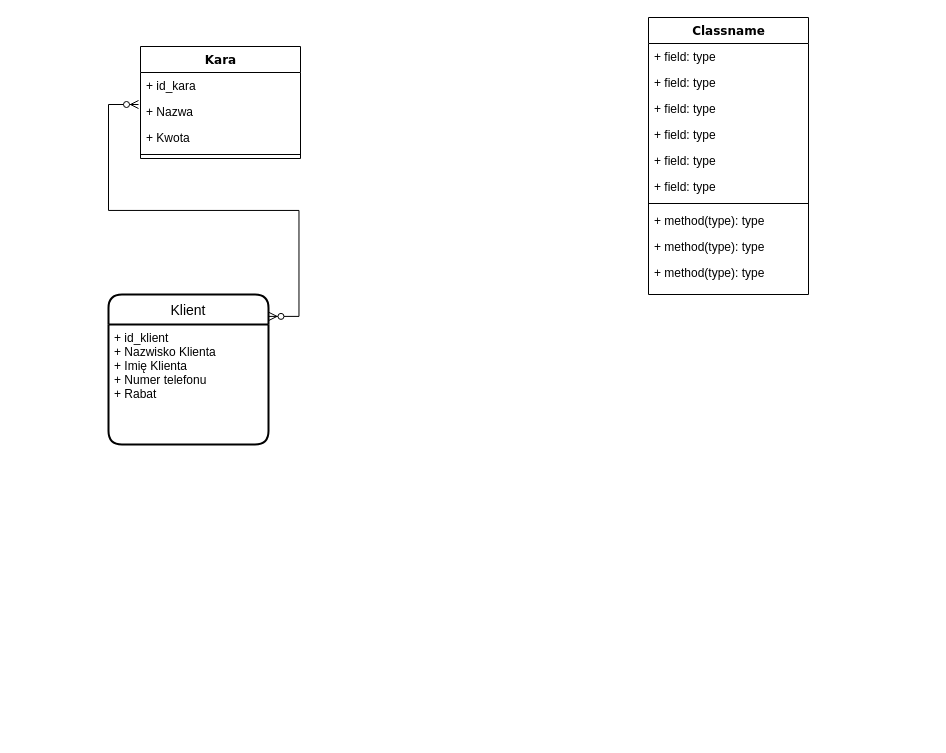
The draw.io diagram Hotel California.drawio in DemskyiDm/Horyzont, before the edit. Source tidied: cells renumbered, new cells numbered last; positions are measured from the earlier drawing's top-left corner, leaving out a move shared by most shapes. Both pictures are drawn from the tidied source at 100%, with x=0, y=0 at pixel (108, 17).
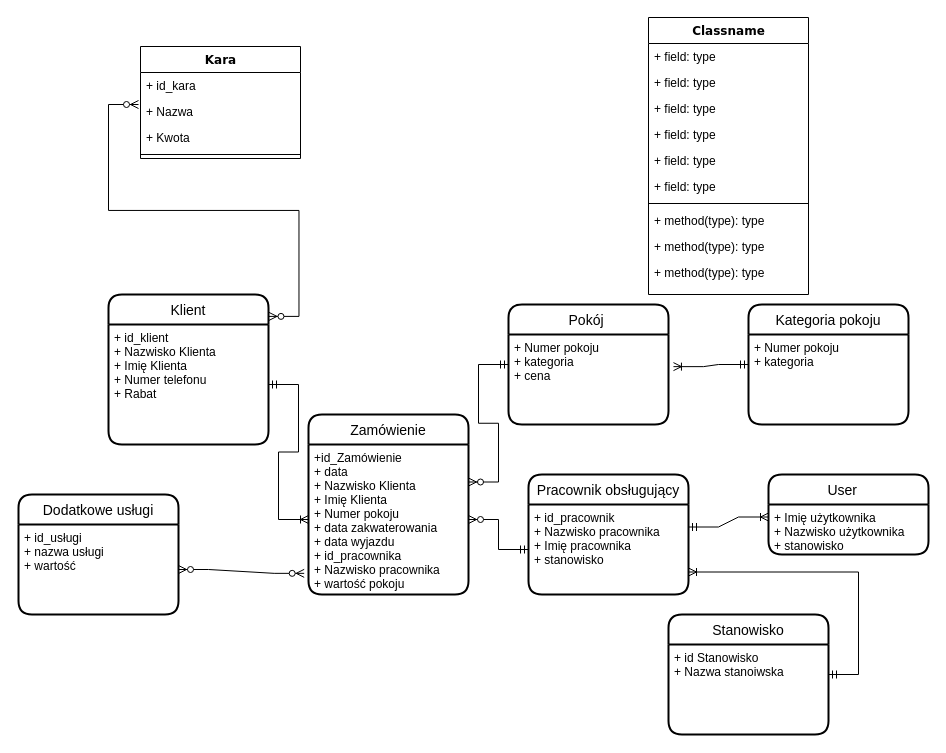
The same page after the edit.

The change refers to these unchanged cells:
```xml
<mxCell id="19" value="+ id_klient&#10;+ Nazwisko Klienta&#10;+ Imię Klienta&#10;+ Numer telefonu&#10;+ Rabat" style="align=left;strokeColor=none;fillColor=none;spacingLeft=4;fontSize=12;verticalAlign=top;" parent="18" vertex="1">
  <mxGeometry y="30" width="160" height="120" as="geometry" />
</mxCell>
```

Diff of the diagram source:
```diff
@@
+    <mxCell id="21" value="Zamówienie" style="swimlane;horizontal=1;startSize=30;rounded=1;fontSize=14;fontStyle=0;strokeWidth=2;shadow=0;dashed=0;align=center;" parent="1" vertex="1">
+      <mxGeometry x="200" y="397" width="160" height="180" as="geometry" />
+    </mxCell>
+    <mxCell id="22" value="+id_Zamówienie&#10;+ data&#10;+ Nazwisko Klienta&#10;+ Imię Klienta&#10;+ Numer pokoju&#10;+ data zakwaterowania&#10;+ data wyjazdu&#10;+ id_pracownika&#10;+ Nazwisko pracownika&#10;+ wartość pokoju" style="align=left;strokeColor=none;fillColor=none;spacingLeft=4;fontSize=12;verticalAlign=top;" parent="21" vertex="1">
+      <mxGeometry y="30" width="160" height="150" as="geometry" />
+    </mxCell>
+    <mxCell id="23" style="edgeStyle=entityRelationEdgeStyle;fontSize=12;html=1;endArrow=ERoneToMany;startArrow=ERmandOne;rounded=0;exitX=1;exitY=0.5;exitDx=0;exitDy=0;entryX=0;entryY=0.5;entryDx=0;entryDy=0;" parent="1" edge="1" source="19" target="22">
+      <mxGeometry relative="1" as="geometry" />
+    </mxCell>
+    <mxCell id="24" value="Pokój " style="swimlane;horizontal=1;startSize=30;rounded=1;fontSize=14;fontStyle=0;strokeWidth=2;shadow=0;dashed=0;align=center;" parent="1" vertex="1">
+      <mxGeometry x="400" y="287" width="160" height="120" as="geometry" />
+    </mxCell>
+    <mxCell id="25" value="+ Numer pokoju&#10;+ kategoria&#10;+ cena" style="align=left;strokeColor=none;fillColor=none;spacingLeft=4;fontSize=12;verticalAlign=top;" parent="24" vertex="1">
+      <mxGeometry y="30" width="160" height="90" as="geometry" />
+    </mxCell>
+    <mxCell id="26" style="edgeStyle=entityRelationEdgeStyle;fontSize=12;html=1;endArrow=ERzeroToMany;startArrow=ERmandOne;rounded=0;entryX=1;entryY=0.25;entryDx=0;entryDy=0;" parent="1" edge="1" source="24" target="22">
+      <mxGeometry relative="1" as="geometry" />
+    </mxCell>
+    <mxCell id="27" value="Pracownik obsługujący" style="swimlane;horizontal=1;startSize=30;rounded=1;fontSize=14;fontStyle=0;strokeWidth=2;shadow=0;dashed=0;align=center;" parent="1" vertex="1">
+      <mxGeometry x="420" y="457" width="160" height="120" as="geometry" />
+    </mxCell>
+    <mxCell id="28" value="+ id_pracownik&#10;+ Nazwisko pracownika&#10;+ Imię pracownika&#10;+ stanowisko&#10;" style="align=left;strokeColor=none;fillColor=none;spacingLeft=4;fontSize=12;verticalAlign=top;" parent="27" vertex="1">
+      <mxGeometry y="30" width="160" height="90" as="geometry" />
+    </mxCell>
+    <mxCell id="29" style="edgeStyle=entityRelationEdgeStyle;fontSize=12;html=1;endArrow=ERzeroToMany;startArrow=ERmandOne;rounded=0;exitX=0;exitY=0.5;exitDx=0;exitDy=0;" parent="1" edge="1" source="28" target="22">
+      <mxGeometry relative="1" as="geometry" />
+    </mxCell>
+    <mxCell id="30" value="Kategoria pokoju" style="swimlane;horizontal=1;startSize=30;rounded=1;fontSize=14;fontStyle=0;strokeWidth=2;shadow=0;dashed=0;align=center;" parent="1" vertex="1">
+      <mxGeometry x="640" y="287" width="160" height="120" as="geometry" />
+    </mxCell>
+    <mxCell id="31" value="+ Numer pokoju&#10;+ kategoria" style="align=left;strokeColor=none;fillColor=none;spacingLeft=4;fontSize=12;verticalAlign=top;" parent="30" vertex="1">
+      <mxGeometry y="30" width="160" height="90" as="geometry" />
+    </mxCell>
+    <mxCell id="32" style="edgeStyle=entityRelationEdgeStyle;fontSize=12;html=1;endArrow=ERoneToMany;startArrow=ERmandOne;rounded=0;entryX=1.031;entryY=0.357;entryDx=0;entryDy=0;entryPerimeter=0;exitX=0;exitY=0.5;exitDx=0;exitDy=0;" parent="1" edge="1" source="30" target="25">
+      <mxGeometry relative="1" as="geometry" />
+    </mxCell>
+    <mxCell id="33" value="Dodatkowe usługi" style="swimlane;horizontal=1;startSize=30;rounded=1;fontSize=14;fontStyle=0;strokeWidth=2;shadow=0;dashed=0;align=center;" parent="1" vertex="1">
+      <mxGeometry x="-90" y="477" width="160" height="120" as="geometry" />
+    </mxCell>
+    <mxCell id="34" value="+ id_usługi&#10;+ nazwa usługi&#10;+ wartość" style="align=left;strokeColor=none;fillColor=none;spacingLeft=4;fontSize=12;verticalAlign=top;" parent="33" vertex="1">
+      <mxGeometry y="30" width="160" height="90" as="geometry" />
+    </mxCell>
+    <mxCell id="35" style="edgeStyle=entityRelationEdgeStyle;fontSize=12;html=1;endArrow=ERzeroToMany;endFill=1;startArrow=ERzeroToMany;rounded=0;exitX=1;exitY=0.5;exitDx=0;exitDy=0;entryX=-0.027;entryY=0.859;entryDx=0;entryDy=0;entryPerimeter=0;" parent="1" edge="1" source="34" target="22">
+      <mxGeometry relative="1" as="geometry" />
+    </mxCell>
+    <mxCell id="36" value="User   " style="swimlane;horizontal=1;startSize=30;rounded=1;fontSize=14;fontStyle=0;strokeWidth=2;shadow=0;dashed=0;align=center;" parent="1" vertex="1">
+      <mxGeometry x="660" y="457" width="160" height="80" as="geometry" />
+    </mxCell>
+    <mxCell id="37" value="+ Imię użytkownika&#10;+ Nazwisko użytkownika&#10;+ stanowisko&#10;" style="align=left;strokeColor=none;fillColor=none;spacingLeft=4;fontSize=12;verticalAlign=top;" parent="36" vertex="1">
+      <mxGeometry y="30" width="160" height="50" as="geometry" />
+    </mxCell>
+    <mxCell id="38" style="edgeStyle=entityRelationEdgeStyle;fontSize=12;html=1;endArrow=ERoneToMany;startArrow=ERmandOne;rounded=0;entryX=0;entryY=0.25;entryDx=0;entryDy=0;exitX=1;exitY=0.25;exitDx=0;exitDy=0;" parent="1" edge="1" source="28" target="37">
+      <mxGeometry relative="1" as="geometry" />
+    </mxCell>
+    <mxCell id="39" value="Stanowisko" style="swimlane;horizontal=1;startSize=30;rounded=1;fontSize=14;fontStyle=0;strokeWidth=2;shadow=0;dashed=0;align=center;" parent="1" vertex="1">
+      <mxGeometry x="560" y="597" width="160" height="120" as="geometry" />
+    </mxCell>
+    <mxCell id="40" value="+ id Stanowisko&#10;+ Nazwa stanoiwska" style="align=left;strokeColor=none;fillColor=none;spacingLeft=4;fontSize=12;verticalAlign=top;" parent="39" vertex="1">
+      <mxGeometry y="30" width="160" height="90" as="geometry" />
+    </mxCell>
+    <mxCell id="41" style="edgeStyle=entityRelationEdgeStyle;fontSize=12;html=1;endArrow=ERoneToMany;startArrow=ERmandOne;rounded=0;entryX=1;entryY=0.75;entryDx=0;entryDy=0;" parent="1" edge="1" source="39" target="28">
+      <mxGeometry relative="1" as="geometry" />
+    </mxCell>
```
